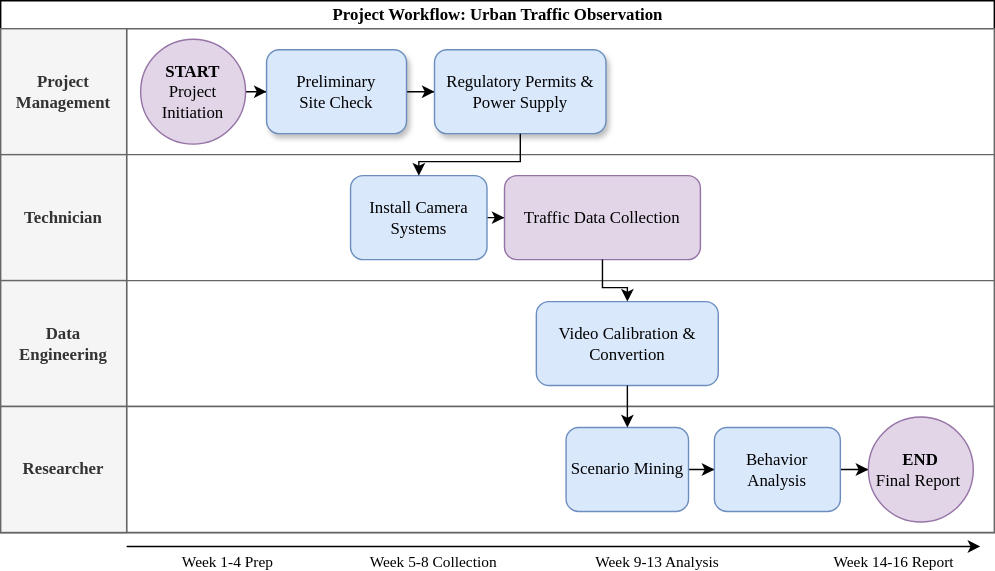
Above: content/publications/trf-cyclist-paper/workflow.svg in iwaszm/iwaszm.github.io (draw.io), before the change. Source tidied: cells renumbered, new cells last; positions are measured from the earlier drawing's top-left corner, leaving out a move shared by most shapes.
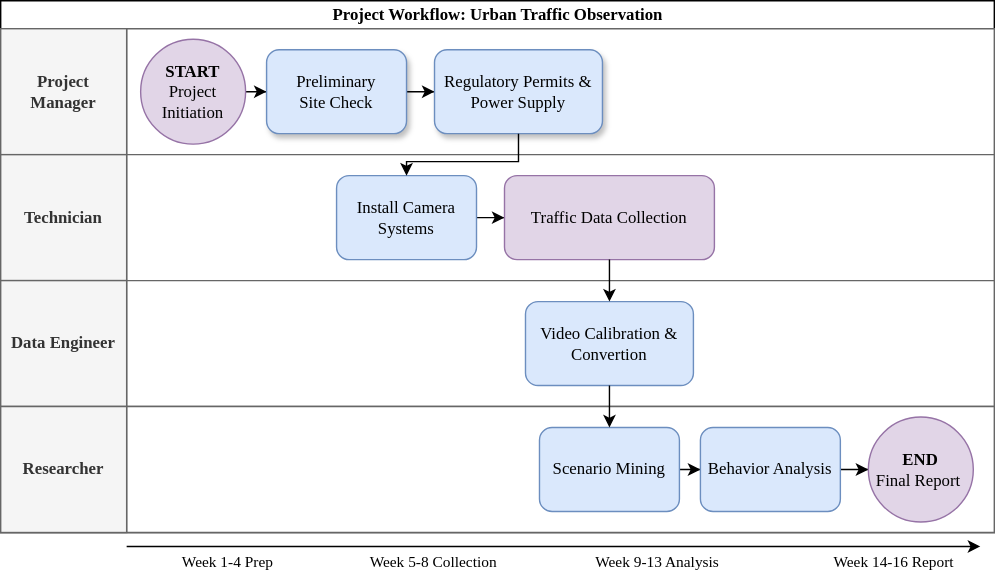
The same file after the commit.

Diff of the diagram source:
```diff
@@ -21,9 +21,9 @@
       <mxGeometry x="190" y="15" width="100" height="60" as="geometry" />
     </mxCell>
     <mxCell id="8" value="Regulatory&amp;nbsp;&lt;span style=&quot;background-color: transparent; color: light-dark(rgb(0, 0, 0), rgb(255, 255, 255));&quot;&gt;Permits &amp;amp;&lt;/span&gt;&lt;div&gt;&lt;div&gt;&lt;span style=&quot;background-color: transparent; color: light-dark(rgb(0, 0, 0), rgb(255, 255, 255));&quot;&gt;Power Supply&lt;/span&gt;&lt;/div&gt;&lt;/div&gt;" style="whiteSpace=wrap;html=1;fillColor=#dae8fc;strokeColor=#6c8ebf;glass=0;shadow=1;rounded=1;fontFamily=Tahoma;" parent="3" vertex="1">
-      <mxGeometry x="310" y="15" width="122.5" height="60" as="geometry" />
+      <mxGeometry x="310" y="15" width="120" height="60" as="geometry" />
     </mxCell>
-    <mxCell id="9" value="&lt;b&gt;Project&lt;/b&gt;&lt;div&gt;&lt;b&gt;Management&lt;/b&gt;&lt;/div&gt;" style="whiteSpace=wrap;html=1;fillColor=#f5f5f5;strokeColor=#666666;fontColor=#333333;fontFamily=Tahoma;" parent="3" vertex="1">
+    <mxCell id="9" value="&lt;b&gt;Project&lt;/b&gt;&lt;div&gt;&lt;b&gt;Manager&lt;/b&gt;&lt;/div&gt;" style="whiteSpace=wrap;html=1;fillColor=#f5f5f5;strokeColor=#666666;fontColor=#333333;fontFamily=Tahoma;" parent="3" vertex="1">
       <mxGeometry width="90" height="90" as="geometry" />
     </mxCell>
     <mxCell id="10" style="swimlane;startSize=90;horizontal=0;html=1;swimlaneFillColor=default;fillColor=#F5F5F5;strokeColor=#666666;fontColor=#333333;" parent="2" vertex="1">
@@ -33,10 +33,10 @@
       <mxGeometry relative="1" as="geometry" />
     </mxCell>
     <mxCell id="12" value="&lt;span style=&quot;color: rgba(0, 0, 0, 0); font-size: 0px; text-wrap-mode: nowrap;&quot;&gt;%3CmxGraphModel%3E%3Croot%3E%3CmxCell%20id%3D%220%22%2F%3E%3CmxCell%20id%3D%221%22%20parent%3D%220%22%2F%3E%3CmxCell%20id%3D%222%22%20parent%3D%221%22%20style%3D%22shape%3Dimage%3Bhtml%3D1%3BverticalAlign%3Dtop%3BverticalLabelPosition%3Dbottom%3BlabelBackgroundColor%3D%23ffffff%3BimageAspect%3D0%3Baspect%3Dfixed%3Bimage%3Dhttps%3A%2F%2Ficons.diagrams.net%2Ficon-cache1%2FBoxicons_Solid_Vol_1-2638%2Fbxs-cctv-779.svg%22%20value%3D%22%22%20vertex%3D%221%22%3E%3CmxGeometry%20height%3D%2224%22%20width%3D%2224%22%20x%3D%22230%22%20y%3D%22375%22%20as%3D%22geometry%22%2F%3E%3C%2FmxCell%3E%3C%2Froot%3E%3C%2FmxGraphModel%3E&lt;/span&gt;Install Camera Systems" style="whiteSpace=wrap;html=1;fillColor=#dae8fc;strokeColor=#6c8ebf;glass=0;shadow=0;rounded=1;align=center;labelPosition=center;verticalLabelPosition=middle;verticalAlign=middle;fontFamily=Tahoma;" parent="10" vertex="1">
-      <mxGeometry x="250" y="15" width="97.5" height="60" as="geometry" />
+      <mxGeometry x="240" y="15" width="100" height="60" as="geometry" />
     </mxCell>
     <mxCell id="13" value="Traffic Data Collection" style="whiteSpace=wrap;html=1;fillColor=#e1d5e7;strokeColor=#9673a6;glass=0;shadow=0;rounded=1;fontFamily=Tahoma;" parent="10" vertex="1">
-      <mxGeometry x="360" y="15" width="140" height="60" as="geometry" />
+      <mxGeometry x="360" y="15" width="150" height="60" as="geometry" />
     </mxCell>
     <mxCell id="14" value="&lt;b&gt;Technician&lt;/b&gt;" style="whiteSpace=wrap;html=1;fillColor=#f5f5f5;strokeColor=#666666;fontColor=#333333;fontFamily=Tahoma;" parent="10" vertex="1">
       <mxGeometry width="90" height="90" as="geometry" />
@@ -45,9 +45,9 @@
       <mxGeometry y="200" width="710" height="90" as="geometry" />
     </mxCell>
     <mxCell id="16" value="Video Calibration &amp;amp; Convertion" style="whiteSpace=wrap;html=1;fillColor=#dae8fc;strokeColor=#6c8ebf;glass=0;shadow=0;rounded=1;fontFamily=Tahoma;" parent="15" vertex="1">
-      <mxGeometry x="382.8" y="15" width="130" height="60" as="geometry" />
+      <mxGeometry x="375" y="15" width="120" height="60" as="geometry" />
     </mxCell>
-    <mxCell id="17" value="&lt;b&gt;Data Engineering&lt;/b&gt;" style="whiteSpace=wrap;html=1;fillColor=#f5f5f5;strokeColor=#666666;fontColor=#333333;fontFamily=Tahoma;" parent="15" vertex="1">
+    <mxCell id="17" value="&lt;b&gt;Data Engineer&lt;/b&gt;" style="whiteSpace=wrap;html=1;fillColor=#f5f5f5;strokeColor=#666666;fontColor=#333333;fontFamily=Tahoma;" parent="15" vertex="1">
       <mxGeometry width="90" height="90" as="geometry" />
     </mxCell>
     <mxCell id="18" style="swimlane;startSize=90;horizontal=0;html=1;swimlaneFillColor=default;fillColor=#F5F5F5;strokeColor=#666666;fontColor=#333333;" parent="2" vertex="1">
@@ -57,13 +57,13 @@
       <mxGeometry relative="1" as="geometry" />
     </mxCell>
     <mxCell id="20" value="Scenario Mining" style="whiteSpace=wrap;html=1;fillColor=#dae8fc;strokeColor=#6c8ebf;glass=0;shadow=0;rounded=1;fontFamily=Tahoma;" parent="18" vertex="1">
-      <mxGeometry x="404" y="15" width="87.5" height="60" as="geometry" />
+      <mxGeometry x="385" y="15" width="100" height="60" as="geometry" />
     </mxCell>
     <mxCell id="21" style="edgeStyle=orthogonalEdgeStyle;rounded=0;jettySize=auto;html=1;" parent="18" edge="1" source="22" target="23">
       <mxGeometry relative="1" as="geometry" />
     </mxCell>
     <mxCell id="22" value="Behavior Analysis" style="whiteSpace=wrap;html=1;fillColor=#dae8fc;strokeColor=#6c8ebf;glass=0;shadow=0;rounded=1;fontFamily=Tahoma;" parent="18" vertex="1">
-      <mxGeometry x="510" y="15" width="90" height="60" as="geometry" />
+      <mxGeometry x="500" y="15" width="100" height="60" as="geometry" />
     </mxCell>
     <mxCell id="23" value="&lt;b&gt;END&lt;/b&gt;&lt;div&gt;Final Report&amp;nbsp;&lt;/div&gt;" style="ellipse;whiteSpace=wrap;html=1;fillColor=#e1d5e7;strokeColor=#9673a6;glass=0;shadow=0;rounded=1;fontFamily=Tahoma;" parent="18" vertex="1">
       <mxGeometry x="620" y="7.5" width="75" height="75" as="geometry" />
```
